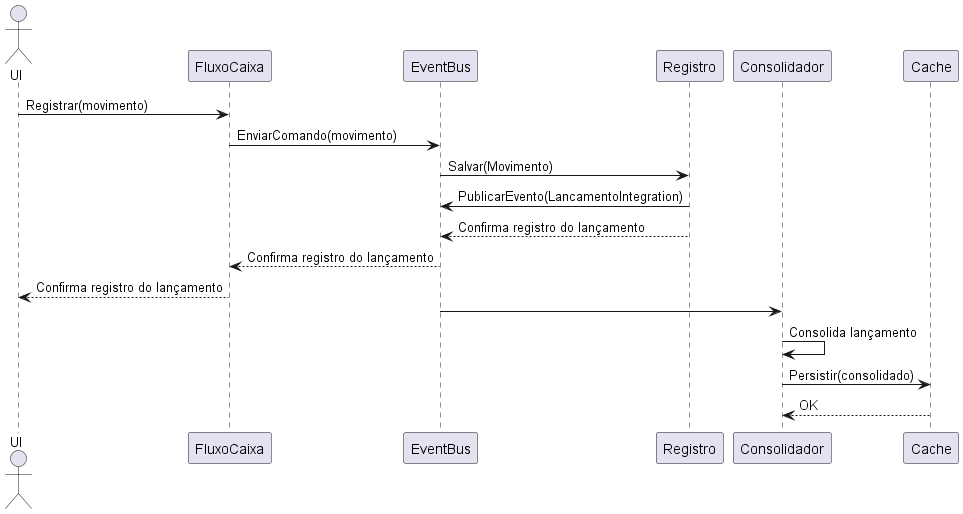
The PlantUML diagram specifications/diagram/fluxo-caixa-sequence.png in rodriguescarlos/fluxocaixa, before a commit. The source it was exported from:
```plantuml
@startuml

actor "UI"

"UI"-> FluxoCaixa: Registrar(movimento)
"FluxoCaixa"-> EventBus: EnviarComando(movimento)
"EventBus"-> Registro: Salvar(Movimento)
"EventBus" <- Registro: PublicarEvento(LancamentoIntegration)
"EventBus" <-- Registro: Confirma registro do lançamento
"FluxoCaixa" <-- EventBus: Confirma registro do lançamento
"UI" <-- FluxoCaixa: Confirma registro do lançamento

"EventBus" -> Consolidador:
"Consolidador" -> Consolidador: Consolida lançamento
"Consolidador" -> Cache : Persistir(consolidado)
"Consolidador" <-- Cache : OK

@enduml
```
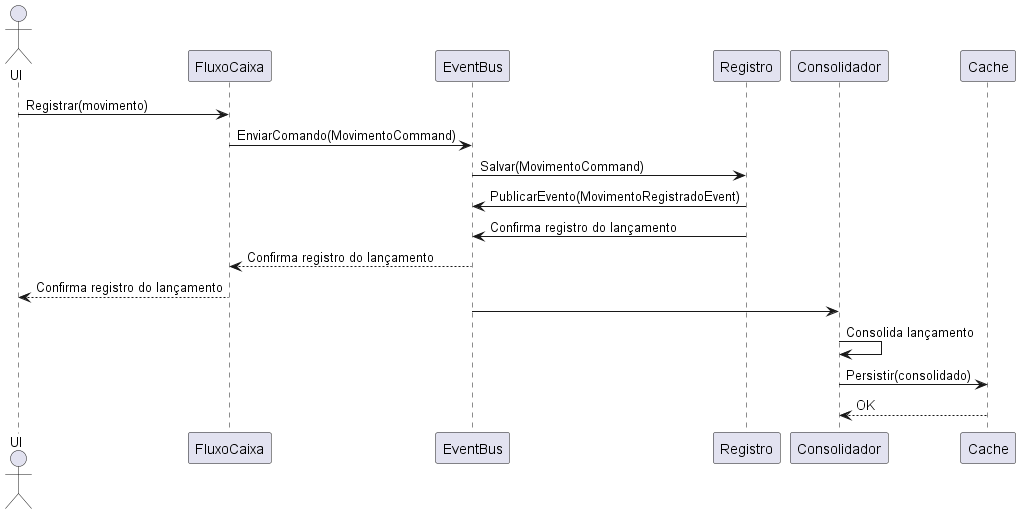
The same file after the commit.

Commit message:
criar-serviço-controle-caixa - Geracao de imagens dos diagramas - Adição objeto no documento arquitetura.md

Diff of the diagram source:
```diff
@@ -3,10 +3,10 @@
 actor "UI"
 
 "UI"-> FluxoCaixa: Registrar(movimento)
-"FluxoCaixa"-> EventBus: EnviarComando(movimento)
-"EventBus"-> Registro: Salvar(Movimento)
-"EventBus" <- Registro: PublicarEvento(LancamentoIntegration)
-"EventBus" <-- Registro: Confirma registro do lançamento
+"FluxoCaixa"-> EventBus: EnviarComando(MovimentoCommand)
+"EventBus"-> Registro: Salvar(MovimentoCommand)
+"EventBus" <- Registro: PublicarEvento(MovimentoRegistradoEvent)
+"EventBus" <- Registro: Confirma registro do lançamento
 "FluxoCaixa" <-- EventBus: Confirma registro do lançamento
 "UI" <-- FluxoCaixa: Confirma registro do lançamento
 
```
